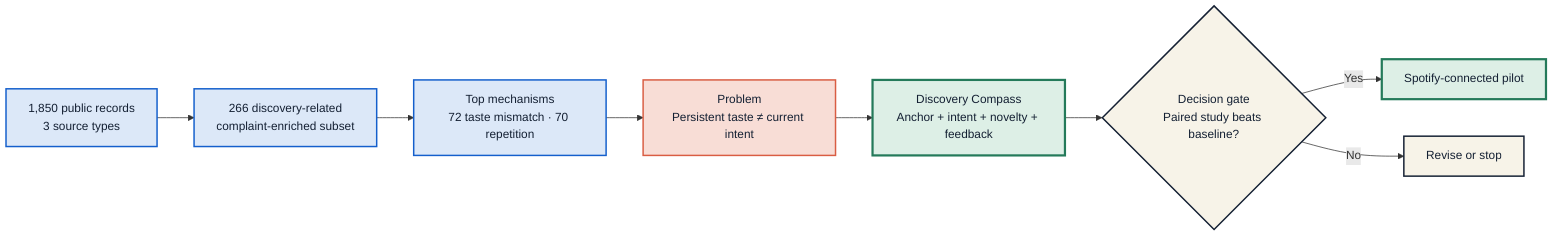
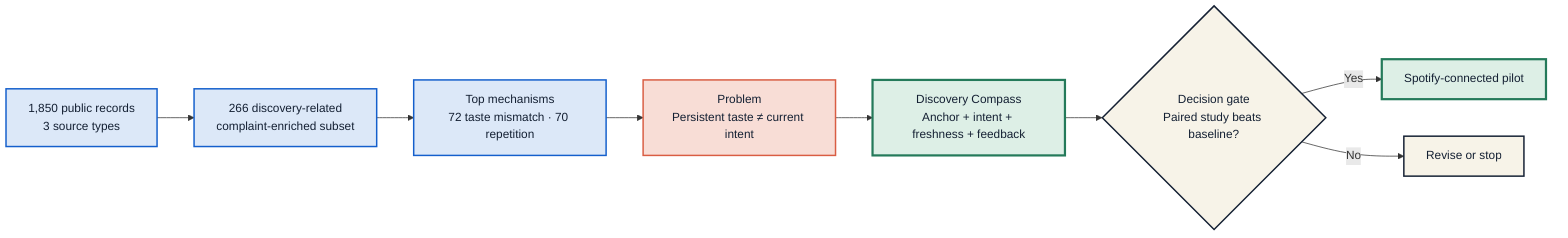
flowchart LR
    A["1,850 public records\n3 source types"] --> B["266 discovery-related\ncomplaint-enriched subset"]
    B --> C["Top mechanisms\n72 taste mismatch · 70 repetition"]
    C --> D["Problem\nPersistent taste ≠ current intent"]
-     D --> E["Discovery Compass\nAnchor + intent + novelty + feedback"]
+     D --> E["Discovery Compass\nAnchor + intent + freshness + feedback"]
    E --> F{"Decision gate\nPaired study beats baseline?"}
    F -->|Yes| G["Spotify-connected pilot"]
    F -->|No| H["Revise or stop"]

    classDef evidence fill:#DCE8F8,stroke:#145FCC,color:#142033,stroke-width:2px;
    classDef problem fill:#F8DDD6,stroke:#D95D43,color:#142033,stroke-width:2px;
    classDef solution fill:#DDEFE6,stroke:#247A5A,color:#142033,stroke-width:3px;
    classDef gate fill:#F7F3E8,stroke:#142033,color:#142033,stroke-width:2px;
    class A,B,C evidence;
    class D problem;
    class E,G solution;
    class F,H gate;
